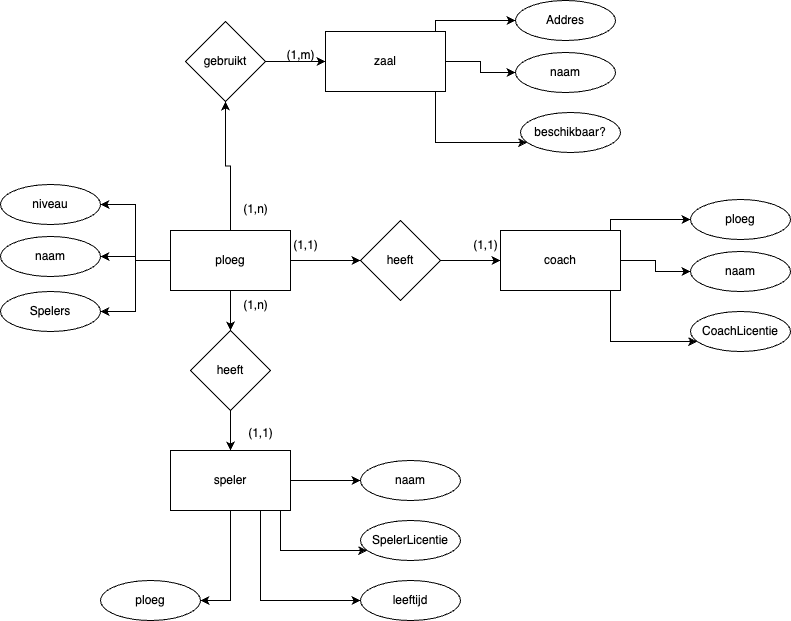
Earlier version of the draw.io export analysis/conceptueelModel.drawio.png (VincentNijsten/appsec). Source tidied: cells renumbered, new cells last; positions are measured from the earlier drawing's top-left corner, leaving out a move shared by most shapes.
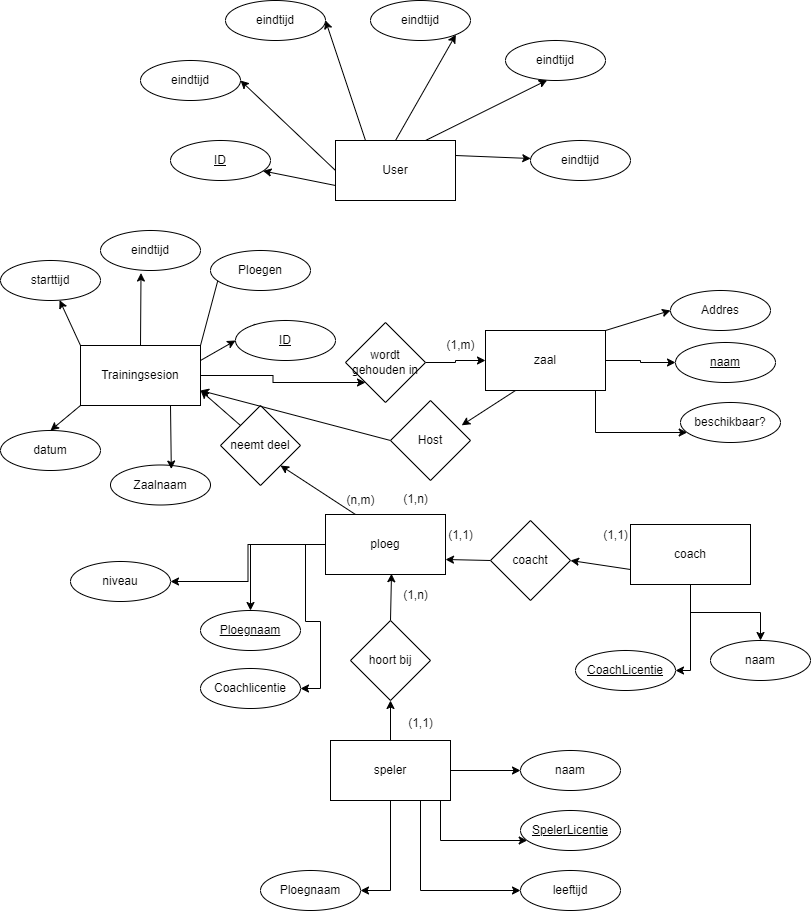
The same file after the commit.

Diff of the diagram source:
```diff
@@ -2,12 +2,6 @@
   <root>
     <mxCell id="0" />
     <mxCell id="1" parent="0" />
-    <mxCell id="2" style="edgeStyle=orthogonalEdgeStyle;rounded=0;jettySize=auto;html=1;" parent="1" edge="1" source="8" target="10">
-      <mxGeometry relative="1" as="geometry" />
-    </mxCell>
-    <mxCell id="3" style="edgeStyle=orthogonalEdgeStyle;rounded=0;jettySize=auto;html=1;" parent="1" edge="1" source="8" target="23">
-      <mxGeometry relative="1" as="geometry" />
-    </mxCell>
     <mxCell id="4" style="edgeStyle=orthogonalEdgeStyle;rounded=0;jettySize=auto;html=1;entryX=1;entryY=0.5;entryDx=0;entryDy=0;" parent="1" edge="1" source="8" target="35">
       <mxGeometry relative="1" as="geometry" />
     </mxCell>
@@ -17,16 +11,19 @@
     <mxCell id="6" style="edgeStyle=orthogonalEdgeStyle;rounded=0;jettySize=auto;html=1;entryX=1;entryY=0.5;entryDx=0;entryDy=0;" parent="1" edge="1" source="8" target="34">
       <mxGeometry relative="1" as="geometry" />
     </mxCell>
-    <mxCell id="7" style="edgeStyle=orthogonalEdgeStyle;rounded=0;jettySize=auto;html=1;entryX=0.5;entryY=1;entryDx=0;entryDy=0;" parent="1" edge="1" source="8" target="37">
+    <mxCell id="7" style="edgeStyle=orthogonalEdgeStyle;rounded=0;jettySize=auto;html=1;entryX=0;entryY=1;entryDx=0;entryDy=0;exitX=1;exitY=0.5;exitDx=0;exitDy=0;" parent="1" edge="1" source="63" target="37">
       <mxGeometry relative="1" as="geometry" />
     </mxCell>
+    <mxCell id="47" style="edgeStyle=none;html=1;exitX=0.25;exitY=0;exitDx=0;exitDy=0;entryX=1;entryY=1;entryDx=0;entryDy=0;" parent="1" edge="1" source="8" target="55">
+      <mxGeometry relative="1" as="geometry" />
+    </mxCell>
     <mxCell id="8" value="ploeg" style="whiteSpace=wrap;html=1;" parent="1" vertex="1">
-      <mxGeometry x="170" y="230" width="120" height="60" as="geometry" />
+      <mxGeometry x="165" y="224" width="120" height="60" as="geometry" />
     </mxCell>
-    <mxCell id="9" style="edgeStyle=orthogonalEdgeStyle;rounded=0;jettySize=auto;html=1;" parent="1" edge="1" source="10" target="15">
-      <mxGeometry relative="1" as="geometry" />
-    </mxCell>
+    <mxCell id="48" style="edgeStyle=none;html=1;exitX=0.5;exitY=0;exitDx=0;exitDy=0;entryX=0.55;entryY=0.987;entryDx=0;entryDy=0;entryPerimeter=0;" parent="1" edge="1" source="10" target="8">
+      <mxGeometry relative="1" as="geometry" />
+    </mxCell>
-    <mxCell id="10" value="heeft" style="rhombus;whiteSpace=wrap;html=1;" parent="1" vertex="1">
+    <mxCell id="10" value="hoort bij" style="rhombus;whiteSpace=wrap;html=1;" parent="1" vertex="1">
       <mxGeometry x="190" y="330" width="80" height="80" as="geometry" />
     </mxCell>
     <mxCell id="11" style="edgeStyle=orthogonalEdgeStyle;rounded=0;jettySize=auto;html=1;" parent="1" edge="1" source="15" target="18">
@@ -53,6 +50,9 @@
         </Array>
       </mxGeometry>
     </mxCell>
+    <mxCell id="49" style="edgeStyle=none;html=1;exitX=0.5;exitY=0;exitDx=0;exitDy=0;entryX=0.5;entryY=1;entryDx=0;entryDy=0;" parent="1" edge="1" source="15" target="10">
+      <mxGeometry relative="1" as="geometry" />
+    </mxCell>
     <mxCell id="15" value="speler" style="whiteSpace=wrap;html=1;" parent="1" vertex="1">
       <mxGeometry x="170" y="450" width="120" height="60" as="geometry" />
     </mxCell>
@@ -65,20 +65,20 @@
     <mxCell id="18" value="naam" style="ellipse;whiteSpace=wrap;html=1;align=center;" parent="1" vertex="1">
       <mxGeometry x="360" y="460" width="100" height="40" as="geometry" />
     </mxCell>
-    <mxCell id="19" value="SpelerLicentie" style="ellipse;whiteSpace=wrap;html=1;align=center;" parent="1" vertex="1">
+    <mxCell id="19" value="SpelerLicentie" style="ellipse;whiteSpace=wrap;html=1;align=center;fontStyle=4;" parent="1" vertex="1">
       <mxGeometry x="360" y="520" width="100" height="40" as="geometry" />
     </mxCell>
     <mxCell id="20" value="leeftijd" style="ellipse;whiteSpace=wrap;html=1;align=center;" parent="1" vertex="1">
       <mxGeometry x="360" y="580" width="100" height="40" as="geometry" />
     </mxCell>
-    <mxCell id="21" value="ploeg" style="ellipse;whiteSpace=wrap;html=1;align=center;" parent="1" vertex="1">
+    <mxCell id="21" value="Ploegnaam" style="ellipse;whiteSpace=wrap;html=1;align=center;" parent="1" vertex="1">
       <mxGeometry x="100" y="580" width="100" height="40" as="geometry" />
     </mxCell>
-    <mxCell id="22" style="edgeStyle=orthogonalEdgeStyle;rounded=0;jettySize=auto;html=1;" parent="1" edge="1" source="23" target="27">
-      <mxGeometry relative="1" as="geometry" />
-    </mxCell>
+    <mxCell id="50" style="edgeStyle=none;html=1;exitX=0;exitY=0.5;exitDx=0;exitDy=0;entryX=1;entryY=0.75;entryDx=0;entryDy=0;" parent="1" edge="1" source="23" target="8">
+      <mxGeometry relative="1" as="geometry" />
+    </mxCell>
-    <mxCell id="23" value="heeft" style="rhombus;whiteSpace=wrap;html=1;" parent="1" vertex="1">
-      <mxGeometry x="360" y="220" width="80" height="80" as="geometry" />
+    <mxCell id="23" value="coacht" style="rhombus;whiteSpace=wrap;html=1;" parent="1" vertex="1">
+      <mxGeometry x="330" y="230" width="80" height="80" as="geometry" />
     </mxCell>
     <mxCell id="24" style="edgeStyle=orthogonalEdgeStyle;rounded=0;jettySize=auto;html=1;" parent="1" edge="1" source="27" target="29">
       <mxGeometry relative="1" as="geometry" />
@@ -86,49 +86,39 @@
     <mxCell id="25" style="edgeStyle=orthogonalEdgeStyle;rounded=0;jettySize=auto;html=1;" parent="1" edge="1" source="27" target="30">
       <mxGeometry relative="1" as="geometry">
         <Array as="points">
-          <mxPoint x="610" y="341" />
+          <mxPoint x="530" y="380" />
         </Array>
       </mxGeometry>
     </mxCell>
-    <mxCell id="26" style="edgeStyle=orthogonalEdgeStyle;rounded=0;jettySize=auto;html=1;" parent="1" edge="1" source="27" target="31">
-      <mxGeometry relative="1" as="geometry">
-        <Array as="points">
-          <mxPoint x="610" y="219" />
-        </Array>
-      </mxGeometry>
-    </mxCell>
+    <mxCell id="51" style="edgeStyle=none;html=1;exitX=0;exitY=0.75;exitDx=0;exitDy=0;entryX=1;entryY=0.5;entryDx=0;entryDy=0;" parent="1" edge="1" source="27" target="23">
+      <mxGeometry relative="1" as="geometry" />
+    </mxCell>
     <mxCell id="27" value="coach" style="whiteSpace=wrap;html=1;" parent="1" vertex="1">
-      <mxGeometry x="500" y="230" width="120" height="60" as="geometry" />
+      <mxGeometry x="470" y="234" width="120" height="60" as="geometry" />
     </mxCell>
-    <mxCell id="28" value="(1,1)" style="text;html=1;align=center;verticalAlign=middle;strokeColor=none;fillColor=none;" parent="1" vertex="1">
-      <mxGeometry x="460" y="230" width="50" height="30" as="geometry" />
-    </mxCell>
     <mxCell id="29" value="naam" style="ellipse;whiteSpace=wrap;html=1;align=center;" parent="1" vertex="1">
-      <mxGeometry x="690" y="251" width="100" height="40" as="geometry" />
+      <mxGeometry x="550" y="350" width="100" height="40" as="geometry" />
     </mxCell>
-    <mxCell id="30" value="CoachLicentie" style="ellipse;whiteSpace=wrap;html=1;align=center;" parent="1" vertex="1">
-      <mxGeometry x="690" y="311" width="100" height="40" as="geometry" />
+    <mxCell id="30" value="CoachLicentie" style="ellipse;whiteSpace=wrap;html=1;align=center;fontStyle=4;" parent="1" vertex="1">
+      <mxGeometry x="415" y="360" width="100" height="40" as="geometry" />
     </mxCell>
-    <mxCell id="31" value="ploeg" style="ellipse;whiteSpace=wrap;html=1;align=center;" parent="1" vertex="1">
-      <mxGeometry x="690" y="199" width="100" height="40" as="geometry" />
-    </mxCell>
     <mxCell id="32" value="(1,1)" style="text;html=1;align=center;verticalAlign=middle;strokeColor=none;fillColor=none;" parent="1" vertex="1">
-      <mxGeometry x="280" y="230" width="50" height="30" as="geometry" />
+      <mxGeometry x="275" y="230" width="50" height="30" as="geometry" />
     </mxCell>
-    <mxCell id="33" value="naam" style="ellipse;whiteSpace=wrap;html=1;align=center;" parent="1" vertex="1">
-      <mxGeometry y="236" width="100" height="40" as="geometry" />
+    <mxCell id="33" value="Ploegnaam" style="ellipse;whiteSpace=wrap;html=1;align=center;fontStyle=4;" parent="1" vertex="1">
+      <mxGeometry x="40" y="320" width="100" height="40" as="geometry" />
     </mxCell>
-    <mxCell id="34" value="Spelers" style="ellipse;whiteSpace=wrap;html=1;align=center;" parent="1" vertex="1">
-      <mxGeometry y="291" width="100" height="40" as="geometry" />
+    <mxCell id="34" value="Coachlicentie" style="ellipse;whiteSpace=wrap;html=1;align=center;" parent="1" vertex="1">
+      <mxGeometry x="40" y="378" width="100" height="40" as="geometry" />
     </mxCell>
     <mxCell id="35" value="niveau" style="ellipse;whiteSpace=wrap;html=1;align=center;" parent="1" vertex="1">
-      <mxGeometry y="184" width="100" height="40" as="geometry" />
+      <mxGeometry x="-90" y="271" width="100" height="40" as="geometry" />
     </mxCell>
     <mxCell id="36" style="edgeStyle=orthogonalEdgeStyle;rounded=0;jettySize=auto;html=1;" parent="1" edge="1" source="37" target="41">
       <mxGeometry relative="1" as="geometry" />
     </mxCell>
-    <mxCell id="37" value="gebruikt" style="rhombus;whiteSpace=wrap;html=1;" parent="1" vertex="1">
-      <mxGeometry x="185" y="21" width="80" height="80" as="geometry" />
+    <mxCell id="37" value="wordt gehouden in" style="rhombus;whiteSpace=wrap;html=1;" parent="1" vertex="1">
+      <mxGeometry x="185" y="32" width="80" height="80" as="geometry" />
     </mxCell>
     <mxCell id="38" style="edgeStyle=orthogonalEdgeStyle;rounded=0;jettySize=auto;html=1;" parent="1" edge="1" source="41" target="43">
       <mxGeometry relative="1" as="geometry" />
@@ -140,30 +130,132 @@
         </Array>
       </mxGeometry>
     </mxCell>
-    <mxCell id="40" style="edgeStyle=orthogonalEdgeStyle;rounded=0;jettySize=auto;html=1;" parent="1" edge="1" source="41" target="45">
-      <mxGeometry relative="1" as="geometry">
-        <Array as="points">
-          <mxPoint x="435" y="20" />
-        </Array>
-      </mxGeometry>
-    </mxCell>
+    <mxCell id="52" style="edgeStyle=none;html=1;exitX=1;exitY=0;exitDx=0;exitDy=0;entryX=0;entryY=0.5;entryDx=0;entryDy=0;" parent="1" edge="1" source="41" target="64">
+      <mxGeometry relative="1" as="geometry" />
+    </mxCell>
+    <mxCell id="53" style="edgeStyle=none;html=1;exitX=0.25;exitY=1;exitDx=0;exitDy=0;entryX=0.89;entryY=0.31;entryDx=0;entryDy=0;entryPerimeter=0;" parent="1" edge="1" source="41" target="85">
+      <mxGeometry relative="1" as="geometry" />
+    </mxCell>
     <mxCell id="41" value="zaal" style="whiteSpace=wrap;html=1;" parent="1" vertex="1">
-      <mxGeometry x="325" y="31" width="120" height="60" as="geometry" />
+      <mxGeometry x="325" y="40" width="120" height="60" as="geometry" />
     </mxCell>
     <mxCell id="42" value="(1,m)" style="text;html=1;align=center;verticalAlign=middle;strokeColor=none;fillColor=none;" parent="1" vertex="1">
       <mxGeometry x="275" y="40" width="50" height="30" as="geometry" />
     </mxCell>
-    <mxCell id="43" value="naam" style="ellipse;whiteSpace=wrap;html=1;align=center;" parent="1" vertex="1">
+    <mxCell id="43" value="naam" style="ellipse;whiteSpace=wrap;html=1;align=center;fontStyle=4;" parent="1" vertex="1">
       <mxGeometry x="515" y="52" width="100" height="40" as="geometry" />
     </mxCell>
     <mxCell id="44" value="beschikbaar?" style="ellipse;whiteSpace=wrap;html=1;align=center;" parent="1" vertex="1">
       <mxGeometry x="520" y="112" width="100" height="40" as="geometry" />
     </mxCell>
-    <mxCell id="45" value="Addres" style="ellipse;whiteSpace=wrap;html=1;align=center;" parent="1" vertex="1">
-      <mxGeometry x="515" width="100" height="40" as="geometry" />
+    <mxCell id="45" value="Zaalnaam" style="ellipse;whiteSpace=wrap;html=1;align=center;" parent="1" vertex="1">
+      <mxGeometry x="-50" y="174.5" width="100" height="40" as="geometry" />
     </mxCell>
     <mxCell id="46" value="(1,n)" style="text;html=1;align=center;verticalAlign=middle;strokeColor=none;fillColor=none;" parent="1" vertex="1">
       <mxGeometry x="230" y="194" width="50" height="30" as="geometry" />
     </mxCell>
+    <mxCell id="54" style="edgeStyle=none;html=1;exitX=0;exitY=0;exitDx=0;exitDy=0;entryX=1;entryY=0.75;entryDx=0;entryDy=0;" parent="1" edge="1" source="55" target="63">
+      <mxGeometry relative="1" as="geometry" />
+    </mxCell>
+    <mxCell id="55" value="neemt deel" style="rhombus;whiteSpace=wrap;html=1;" parent="1" vertex="1">
+      <mxGeometry x="60" y="115" width="80" height="80" as="geometry" />
+    </mxCell>
+    <mxCell id="56" value="(n,m)&lt;br&gt;" style="text;html=1;align=center;verticalAlign=middle;strokeColor=none;fillColor=none;" parent="1" vertex="1">
+      <mxGeometry x="175" y="195" width="50" height="30" as="geometry" />
+    </mxCell>
+    <mxCell id="57" style="edgeStyle=none;html=1;exitX=0;exitY=1;exitDx=0;exitDy=0;entryX=0.5;entryY=0;entryDx=0;entryDy=0;" parent="1" edge="1" source="63" target="65">
+      <mxGeometry relative="1" as="geometry" />
+    </mxCell>
+    <mxCell id="58" style="html=1;exitX=0;exitY=0;exitDx=0;exitDy=0;" parent="1" edge="1" source="63" target="66">
+      <mxGeometry relative="1" as="geometry" />
+    </mxCell>
+    <mxCell id="59" style="html=1;exitX=0.5;exitY=0;exitDx=0;exitDy=0;entryX=0.405;entryY=1.063;entryDx=0;entryDy=0;entryPerimeter=0;" parent="1" edge="1" source="63" target="67">
+      <mxGeometry relative="1" as="geometry" />
+    </mxCell>
+    <mxCell id="60" style="edgeStyle=none;html=1;exitX=1;exitY=0;exitDx=0;exitDy=0;" parent="1" edge="1" source="63">
+      <mxGeometry relative="1" as="geometry">
+        <mxPoint x="60" y="-20" as="targetPoint" />
+      </mxGeometry>
+    </mxCell>
+    <mxCell id="61" style="edgeStyle=none;html=1;exitX=0.75;exitY=1;exitDx=0;exitDy=0;entryX=0.608;entryY=0.101;entryDx=0;entryDy=0;entryPerimeter=0;" parent="1" edge="1" source="63" target="45">
+      <mxGeometry relative="1" as="geometry" />
+    </mxCell>
+    <mxCell id="62" style="edgeStyle=none;html=1;exitX=1;exitY=0.25;exitDx=0;exitDy=0;entryX=0;entryY=0.5;entryDx=0;entryDy=0;" parent="1" edge="1" source="63" target="83">
+      <mxGeometry relative="1" as="geometry" />
+    </mxCell>
+    <mxCell id="63" value="Trainingsesion" style="whiteSpace=wrap;html=1;" parent="1" vertex="1">
+      <mxGeometry x="-80" y="55" width="120" height="60" as="geometry" />
+    </mxCell>
+    <mxCell id="28" value="(1,1)" style="text;html=1;align=center;verticalAlign=middle;strokeColor=none;fillColor=none;" parent="1" vertex="1">
+      <mxGeometry x="430" y="230" width="50" height="30" as="geometry" />
+    </mxCell>
+    <mxCell id="64" value="Addres" style="ellipse;whiteSpace=wrap;html=1;align=center;" parent="1" vertex="1">
+      <mxGeometry x="510" width="100" height="40" as="geometry" />
+    </mxCell>
+    <mxCell id="65" value="datum&lt;span style=&quot;color: rgba(0, 0, 0, 0); font-family: monospace; font-size: 0px; text-align: start;&quot;&gt;%3CmxGraphModel%3E%3Croot%3E%3CmxCell%20id%3D%220%22%2F%3E%3CmxCell%20id%3D%221%22%20parent%3D%220%22%2F%3E%3CmxCell%20id%3D%222%22%20value%3D%22Zaalnaam%22%20style%3D%22ellipse%3BwhiteSpace%3Dwrap%3Bhtml%3D1%3Balign%3Dcenter%3B%22%20vertex%3D%221%22%20parent%3D%221%22%3E%3CmxGeometry%20x%3D%22120%22%20y%3D%22544.5%22%20width%3D%22100%22%20height%3D%2240%22%20as%3D%22geometry%22%2F%3E%3C%2FmxCell%3E%3C%2Froot%3E%3C%2FmxGraphModel%3E&lt;/span&gt;" style="ellipse;whiteSpace=wrap;html=1;align=center;" parent="1" vertex="1">
+      <mxGeometry x="-160" y="140" width="100" height="40" as="geometry" />
+    </mxCell>
+    <mxCell id="66" value="starttijd" style="ellipse;whiteSpace=wrap;html=1;align=center;" parent="1" vertex="1">
+      <mxGeometry x="-160" y="-30" width="100" height="40" as="geometry" />
+    </mxCell>
+    <mxCell id="67" value="eindtijd" style="ellipse;whiteSpace=wrap;html=1;align=center;" parent="1" vertex="1">
+      <mxGeometry x="-60" y="-60" width="100" height="40" as="geometry" />
+    </mxCell>
+    <mxCell id="68" value="Ploegen" style="ellipse;whiteSpace=wrap;html=1;align=center;" parent="1" vertex="1">
+      <mxGeometry x="50" y="-40" width="100" height="40" as="geometry" />
+    </mxCell>
+    <mxCell id="69" style="edgeStyle=none;html=1;exitX=0;exitY=0.5;exitDx=0;exitDy=0;entryX=1;entryY=0.5;entryDx=0;entryDy=0;" parent="1" edge="1" source="75" target="76">
+      <mxGeometry relative="1" as="geometry" />
+    </mxCell>
+    <mxCell id="70" style="edgeStyle=none;html=1;exitX=0.25;exitY=0;exitDx=0;exitDy=0;entryX=1;entryY=0.5;entryDx=0;entryDy=0;" parent="1" edge="1" source="75" target="77">
+      <mxGeometry relative="1" as="geometry" />
+    </mxCell>
+    <mxCell id="71" style="edgeStyle=none;html=1;exitX=1;exitY=0.25;exitDx=0;exitDy=0;" parent="1" edge="1" source="75" target="80">
+      <mxGeometry relative="1" as="geometry" />
+    </mxCell>
+    <mxCell id="72" style="edgeStyle=none;html=1;exitX=0.75;exitY=0;exitDx=0;exitDy=0;entryX=0.417;entryY=0.99;entryDx=0;entryDy=0;entryPerimeter=0;" parent="1" edge="1" source="75" target="79">
+      <mxGeometry relative="1" as="geometry" />
+    </mxCell>
+    <mxCell id="73" style="edgeStyle=none;html=1;exitX=0.5;exitY=0;exitDx=0;exitDy=0;entryX=1;entryY=1;entryDx=0;entryDy=0;" parent="1" edge="1" source="75" target="78">
+      <mxGeometry relative="1" as="geometry" />
+    </mxCell>
+    <mxCell id="74" style="edgeStyle=none;html=1;exitX=0;exitY=0.75;exitDx=0;exitDy=0;entryX=0.924;entryY=0.76;entryDx=0;entryDy=0;entryPerimeter=0;" parent="1" edge="1" source="75" target="81">
+      <mxGeometry relative="1" as="geometry" />
+    </mxCell>
+    <mxCell id="75" value="User" style="whiteSpace=wrap;html=1;" parent="1" vertex="1">
+      <mxGeometry x="175" y="-150" width="120" height="60" as="geometry" />
+    </mxCell>
+    <mxCell id="76" value="eindtijd" style="ellipse;whiteSpace=wrap;html=1;align=center;" parent="1" vertex="1">
+      <mxGeometry x="-20" y="-230" width="100" height="40" as="geometry" />
+    </mxCell>
+    <mxCell id="77" value="eindtijd" style="ellipse;whiteSpace=wrap;html=1;align=center;" parent="1" vertex="1">
+      <mxGeometry x="65" y="-290" width="100" height="40" as="geometry" />
+    </mxCell>
+    <mxCell id="78" value="eindtijd" style="ellipse;whiteSpace=wrap;html=1;align=center;" parent="1" vertex="1">
+      <mxGeometry x="210" y="-290" width="100" height="40" as="geometry" />
+    </mxCell>
+    <mxCell id="79" value="eindtijd" style="ellipse;whiteSpace=wrap;html=1;align=center;" parent="1" vertex="1">
+      <mxGeometry x="345" y="-250" width="100" height="40" as="geometry" />
+    </mxCell>
+    <mxCell id="80" value="eindtijd" style="ellipse;whiteSpace=wrap;html=1;align=center;" parent="1" vertex="1">
+      <mxGeometry x="370" y="-150" width="100" height="40" as="geometry" />
+    </mxCell>
+    <mxCell id="81" value="ID" style="ellipse;whiteSpace=wrap;html=1;align=center;fontStyle=4;" parent="1" vertex="1">
+      <mxGeometry x="10" y="-150" width="100" height="40" as="geometry" />
+    </mxCell>
+    <mxCell id="82" style="edgeStyle=none;html=1;exitX=0;exitY=0;exitDx=0;exitDy=0;" parent="1" edge="1" source="83">
+      <mxGeometry relative="1" as="geometry">
+        <mxPoint x="100" y="40" as="targetPoint" />
+      </mxGeometry>
+    </mxCell>
+    <mxCell id="83" value="ID" style="ellipse;whiteSpace=wrap;html=1;align=center;fontStyle=4;" parent="1" vertex="1">
+      <mxGeometry x="75" y="30" width="100" height="40" as="geometry" />
+    </mxCell>
+    <mxCell id="84" style="edgeStyle=none;html=1;exitX=0;exitY=0.5;exitDx=0;exitDy=0;entryX=1;entryY=0.75;entryDx=0;entryDy=0;" parent="1" edge="1" source="85" target="63">
+      <mxGeometry relative="1" as="geometry" />
+    </mxCell>
+    <mxCell id="85" value="Host" style="rhombus;whiteSpace=wrap;html=1;" parent="1" vertex="1">
+      <mxGeometry x="230" y="110" width="80" height="80" as="geometry" />
+    </mxCell>
   </root>
 </mxGraphModel>
```
